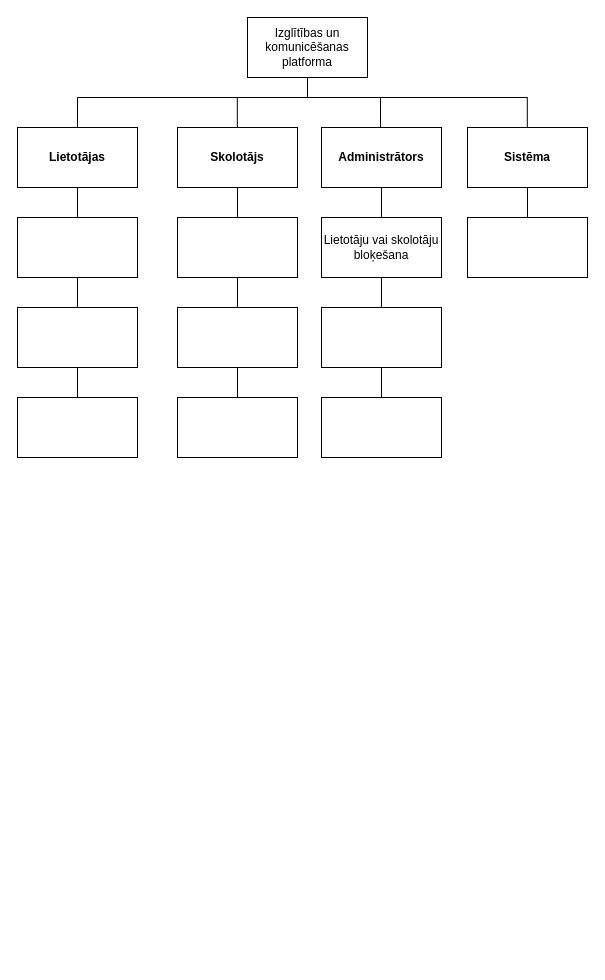
Before: Sistemas_strukturas_modelis.drawio in MaksimsVisockis01/diploms, a draw.io diagram. Source tidied: cells renumbered, new cells numbered last; positions are measured from the earlier drawing's top-left corner, leaving out a move shared by most shapes. Both pictures are drawn from the tidied source at 100%, with x=0, y=0 at pixel (17, 17).
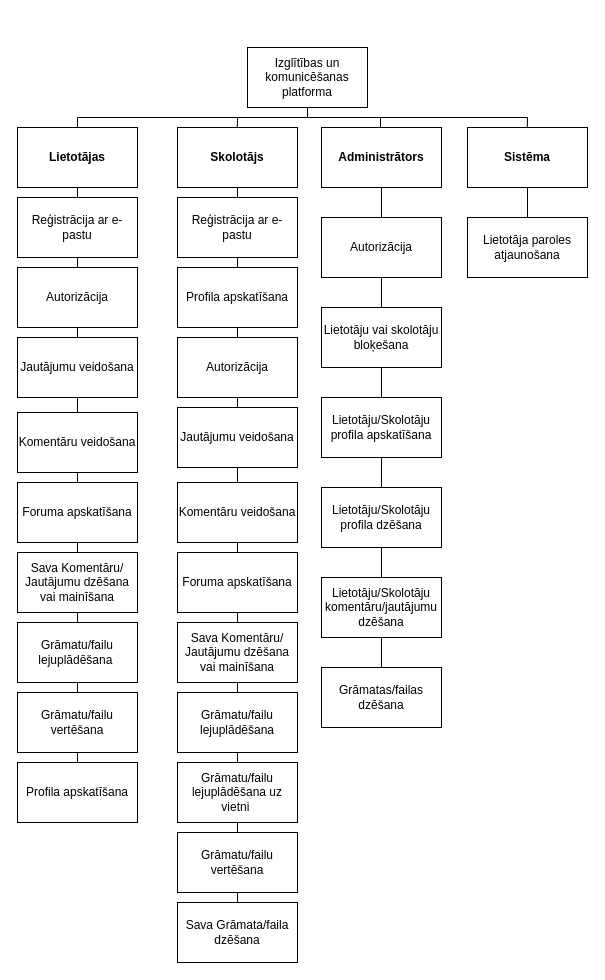
The same page after the edit.

The change refers to these unchanged cells:
```xml
<mxCell id="3" value="&lt;b&gt;Lietotājas&lt;/b&gt;" style="rounded=0;whiteSpace=wrap;html=1;" parent="1" vertex="1">
  <mxGeometry y="110" width="120" height="60" as="geometry" />
</mxCell>
```

Diff of the diagram source:
```diff
@@
     <mxCell id="2" value="Izglītības un komunicēšanas platforma" style="rounded=0;whiteSpace=wrap;html=1;" parent="1" vertex="1">
-      <mxGeometry x="230" width="120" height="60" as="geometry" />
+      <mxGeometry x="230" y="30" width="120" height="60" as="geometry" />
     </mxCell>
@@
     <mxCell id="6" style="endArrow=none;html=1;rounded=0;" parent="1" edge="1">
       <mxGeometry relative="1" as="geometry">
-        <mxPoint x="60" y="80" as="sourcePoint" />
-        <mxPoint x="510" y="80" as="targetPoint" />
+        <mxPoint x="60" y="100" as="sourcePoint" />
+        <mxPoint x="510" y="100" as="targetPoint" />
       </mxGeometry>
     </mxCell>
@@
     <mxCell id="8" style="endArrow=none;html=1;rounded=0;exitX=0.5;exitY=1;exitDx=0;exitDy=0;" parent="1" edge="1" source="2">
       <mxGeometry relative="1" as="geometry">
-        <mxPoint x="290" y="80" as="targetPoint" />
+        <mxPoint x="290" y="100" as="targetPoint" />
       </mxGeometry>
     </mxCell>
     <mxCell id="9" style="endArrow=none;html=1;rounded=0;exitX=0.5;exitY=0;exitDx=0;exitDy=0;" parent="1" edge="1" source="3">
       <mxGeometry relative="1" as="geometry">
-        <mxPoint x="60" y="80" as="targetPoint" />
+        <mxPoint x="60" y="100" as="targetPoint" />
       </mxGeometry>
     </mxCell>
     <mxCell id="10" style="endArrow=none;html=1;rounded=0;exitX=0.5;exitY=0;exitDx=0;exitDy=0;" parent="1" edge="1">
       <mxGeometry relative="1" as="geometry">
         <mxPoint x="363" y="110" as="sourcePoint" />
-        <mxPoint x="363" y="80" as="targetPoint" />
+        <mxPoint x="363" y="100" as="targetPoint" />
       </mxGeometry>
     </mxCell>
     <mxCell id="11" style="endArrow=none;html=1;rounded=0;exitX=0.5;exitY=0;exitDx=0;exitDy=0;" parent="1" edge="1">
       <mxGeometry relative="1" as="geometry">
         <mxPoint x="219.8" y="110" as="sourcePoint" />
-        <mxPoint x="219.8" y="80" as="targetPoint" />
+        <mxPoint x="220" y="100" as="targetPoint" />
       </mxGeometry>
     </mxCell>
     <mxCell id="12" style="endArrow=none;html=1;rounded=0;exitX=0.5;exitY=0;exitDx=0;exitDy=0;" parent="1" edge="1">
       <mxGeometry relative="1" as="geometry">
         <mxPoint x="509.8" y="110" as="sourcePoint" />
-        <mxPoint x="509.8" y="80" as="targetPoint" />
+        <mxPoint x="510" y="100" as="targetPoint" />
       </mxGeometry>
     </mxCell>
-    <mxCell id="13" style="rounded=0;whiteSpace=wrap;html=1;" parent="1" vertex="1">
-      <mxGeometry y="200" width="120" height="60" as="geometry" />
+    <mxCell id="13" value="Reģistrācija ar e-pastu" style="rounded=0;whiteSpace=wrap;html=1;" parent="1" vertex="1">
+      <mxGeometry y="180" width="120" height="60" as="geometry" />
     </mxCell>
@@
-    <mxCell id="15" style="rounded=0;whiteSpace=wrap;html=1;" parent="1" vertex="1">
-      <mxGeometry y="290" width="120" height="60" as="geometry" />
+    <mxCell id="15" value="Autorizācija" style="rounded=0;whiteSpace=wrap;html=1;" parent="1" vertex="1">
+      <mxGeometry y="250" width="120" height="60" as="geometry" />
     </mxCell>
     <mxCell id="16" style="endArrow=none;html=1;rounded=0;exitX=0.5;exitY=0;exitDx=0;exitDy=0;" parent="1" edge="1" source="15">
       <mxGeometry relative="1" as="geometry">
-        <mxPoint x="60" y="260" as="targetPoint" />
+        <mxPoint x="60" y="240" as="targetPoint" />
       </mxGeometry>
     </mxCell>
-    <mxCell id="17" style="rounded=0;whiteSpace=wrap;html=1;" parent="1" vertex="1">
-      <mxGeometry y="380" width="120" height="60" as="geometry" />
+    <mxCell id="17" value="Jautājumu veidošana" style="rounded=0;whiteSpace=wrap;html=1;" parent="1" vertex="1">
+      <mxGeometry y="320" width="120" height="60" as="geometry" />
     </mxCell>
     <mxCell id="18" style="endArrow=none;html=1;rounded=0;exitX=0.5;exitY=0;exitDx=0;exitDy=0;" parent="1" edge="1" source="17">
       <mxGeometry relative="1" as="geometry">
-        <mxPoint x="60" y="350" as="targetPoint" />
+        <mxPoint x="60" y="310" as="targetPoint" />
       </mxGeometry>
     </mxCell>
-    <mxCell id="19" style="rounded=0;whiteSpace=wrap;html=1;" parent="1" vertex="1">
-      <mxGeometry x="160" y="200" width="120" height="60" as="geometry" />
+    <mxCell id="19" value="Reģistrācija ar e-pastu" style="rounded=0;whiteSpace=wrap;html=1;" parent="1" vertex="1">
+      <mxGeometry x="160" y="180" width="120" height="60" as="geometry" />
     </mxCell>
@@
-    <mxCell id="21" style="rounded=0;whiteSpace=wrap;html=1;" parent="1" vertex="1">
-      <mxGeometry x="160" y="290" width="120" height="60" as="geometry" />
+    <mxCell id="21" value="Profila apskatīšana" style="rounded=0;whiteSpace=wrap;html=1;" parent="1" vertex="1">
+      <mxGeometry x="160" y="250" width="120" height="60" as="geometry" />
     </mxCell>
     <mxCell id="22" style="endArrow=none;html=1;rounded=0;exitX=0.5;exitY=0;exitDx=0;exitDy=0;" parent="1" edge="1" source="21">
       <mxGeometry relative="1" as="geometry">
-        <mxPoint x="220" y="260" as="targetPoint" />
+        <mxPoint x="220" y="240" as="targetPoint" />
       </mxGeometry>
     </mxCell>
-    <mxCell id="23" style="rounded=0;whiteSpace=wrap;html=1;" parent="1" vertex="1">
-      <mxGeometry x="160" y="380" width="120" height="60" as="geometry" />
+    <mxCell id="23" value="Autorizācija" style="rounded=0;whiteSpace=wrap;html=1;" parent="1" vertex="1">
+      <mxGeometry x="160" y="320" width="120" height="60" as="geometry" />
     </mxCell>
     <mxCell id="24" style="endArrow=none;html=1;rounded=0;exitX=0.5;exitY=0;exitDx=0;exitDy=0;" parent="1" edge="1" source="23">
       <mxGeometry relative="1" as="geometry">
-        <mxPoint x="220" y="350" as="targetPoint" />
+        <mxPoint x="220" y="310" as="targetPoint" />
       </mxGeometry>
     </mxCell>
     <mxCell id="25" value="Lietotāju vai skolotāju bloķešana" style="rounded=0;whiteSpace=wrap;html=1;" parent="1" vertex="1">
-      <mxGeometry x="304" y="200" width="120" height="60" as="geometry" />
+      <mxGeometry x="304" y="290" width="120" height="60" as="geometry" />
     </mxCell>
     <mxCell id="26" style="endArrow=none;html=1;rounded=0;exitX=0.5;exitY=0;exitDx=0;exitDy=0;" parent="1" edge="1" source="25">
       <mxGeometry relative="1" as="geometry">
-        <mxPoint x="364" y="170" as="targetPoint" />
+        <mxPoint x="364" y="260" as="targetPoint" />
       </mxGeometry>
     </mxCell>
-    <mxCell id="27" style="rounded=0;whiteSpace=wrap;html=1;" parent="1" vertex="1">
-      <mxGeometry x="304" y="290" width="120" height="60" as="geometry" />
+    <mxCell id="27" value="Autorizācija" style="rounded=0;whiteSpace=wrap;html=1;" parent="1" vertex="1">
+      <mxGeometry x="304" y="200" width="120" height="60" as="geometry" />
     </mxCell>
     <mxCell id="28" style="endArrow=none;html=1;rounded=0;exitX=0.5;exitY=0;exitDx=0;exitDy=0;" parent="1" edge="1" source="27">
       <mxGeometry relative="1" as="geometry">
-        <mxPoint x="364" y="260" as="targetPoint" />
+        <mxPoint x="364" y="170" as="targetPoint" />
       </mxGeometry>
     </mxCell>
-    <mxCell id="29" style="rounded=0;whiteSpace=wrap;html=1;" parent="1" vertex="1">
+    <mxCell id="29" value="Lietotāju/Skolotāju profila apskatīšana" style="rounded=0;whiteSpace=wrap;html=1;" parent="1" vertex="1">
       <mxGeometry x="304" y="380" width="120" height="60" as="geometry" />
     </mxCell>
@@
-    <mxCell id="31" style="rounded=0;whiteSpace=wrap;html=1;" parent="1" vertex="1">
+    <mxCell id="31" value="Lietotāja paroles atjaunošana" style="rounded=0;whiteSpace=wrap;html=1;" parent="1" vertex="1">
       <mxGeometry x="450" y="200" width="120" height="60" as="geometry" />
     </mxCell>
@@
+    <mxCell id="33" value="Komentāru veidošana" style="rounded=0;whiteSpace=wrap;html=1;" parent="1" vertex="1">
+      <mxGeometry y="395" width="120" height="60" as="geometry" />
+    </mxCell>
+    <mxCell id="34" style="endArrow=none;html=1;rounded=0;exitX=0.5;exitY=0;exitDx=0;exitDy=0;" parent="1" edge="1" source="33">
+      <mxGeometry relative="1" as="geometry">
+        <mxPoint x="60" y="380" as="targetPoint" />
+      </mxGeometry>
+    </mxCell>
+    <mxCell id="35" value="Foruma apskatīšana" style="rounded=0;whiteSpace=wrap;html=1;" parent="1" vertex="1">
+      <mxGeometry y="465" width="120" height="60" as="geometry" />
+    </mxCell>
+    <mxCell id="36" style="endArrow=none;html=1;rounded=0;exitX=0.5;exitY=0;exitDx=0;exitDy=0;" parent="1" edge="1" source="35">
+      <mxGeometry relative="1" as="geometry">
+        <mxPoint x="60" y="455" as="targetPoint" />
+      </mxGeometry>
+    </mxCell>
+    <mxCell id="37" value="Sava Komentāru/ Jautājumu dzēšana vai mainīšana" style="rounded=0;whiteSpace=wrap;html=1;" parent="1" vertex="1">
+      <mxGeometry y="535" width="120" height="60" as="geometry" />
+    </mxCell>
+    <mxCell id="38" style="endArrow=none;html=1;rounded=0;exitX=0.5;exitY=0;exitDx=0;exitDy=0;" parent="1" edge="1" source="37">
+      <mxGeometry relative="1" as="geometry">
+        <mxPoint x="60" y="525" as="targetPoint" />
+      </mxGeometry>
+    </mxCell>
+    <mxCell id="39" value="Grāmatu/failu lejuplādēšana&amp;nbsp;" style="rounded=0;whiteSpace=wrap;html=1;" parent="1" vertex="1">
+      <mxGeometry y="605" width="120" height="60" as="geometry" />
+    </mxCell>
+    <mxCell id="40" style="endArrow=none;html=1;rounded=0;exitX=0.5;exitY=0;exitDx=0;exitDy=0;" parent="1" edge="1" source="39">
+      <mxGeometry relative="1" as="geometry">
+        <mxPoint x="60" y="595" as="targetPoint" />
+      </mxGeometry>
+    </mxCell>
+    <mxCell id="41" value="Grāmatu/failu vertēšana" style="rounded=0;whiteSpace=wrap;html=1;" parent="1" vertex="1">
+      <mxGeometry y="675" width="120" height="60" as="geometry" />
+    </mxCell>
+    <mxCell id="42" style="endArrow=none;html=1;rounded=0;exitX=0.5;exitY=0;exitDx=0;exitDy=0;" parent="1" edge="1" source="41">
+      <mxGeometry relative="1" as="geometry">
+        <mxPoint x="60" y="665" as="targetPoint" />
+      </mxGeometry>
+    </mxCell>
+    <mxCell id="43" value="Profila apskatīšana" style="rounded=0;whiteSpace=wrap;html=1;" parent="1" vertex="1">
+      <mxGeometry y="745" width="120" height="60" as="geometry" />
+    </mxCell>
+    <mxCell id="44" style="endArrow=none;html=1;rounded=0;exitX=0.5;exitY=0;exitDx=0;exitDy=0;" parent="1" edge="1" source="43">
+      <mxGeometry relative="1" as="geometry">
+        <mxPoint x="60" y="735" as="targetPoint" />
+      </mxGeometry>
+    </mxCell>
+    <mxCell id="45" value="Jautājumu veidošana" style="rounded=0;whiteSpace=wrap;html=1;" parent="1" vertex="1">
+      <mxGeometry x="160" y="390" width="120" height="60" as="geometry" />
+    </mxCell>
+    <mxCell id="46" style="endArrow=none;html=1;rounded=0;exitX=0.5;exitY=0;exitDx=0;exitDy=0;" parent="1" edge="1" source="45">
+      <mxGeometry relative="1" as="geometry">
+        <mxPoint x="220" y="380" as="targetPoint" />
+      </mxGeometry>
+    </mxCell>
+    <mxCell id="47" value="Komentāru veidošana" style="rounded=0;whiteSpace=wrap;html=1;" parent="1" vertex="1">
+      <mxGeometry x="160" y="465" width="120" height="60" as="geometry" />
+    </mxCell>
+    <mxCell id="48" style="endArrow=none;html=1;rounded=0;exitX=0.5;exitY=0;exitDx=0;exitDy=0;" parent="1" edge="1" source="47">
+      <mxGeometry relative="1" as="geometry">
+        <mxPoint x="220" y="450" as="targetPoint" />
+      </mxGeometry>
+    </mxCell>
+    <mxCell id="49" value="Foruma apskatīšana" style="rounded=0;whiteSpace=wrap;html=1;" parent="1" vertex="1">
+      <mxGeometry x="160" y="535" width="120" height="60" as="geometry" />
+    </mxCell>
+    <mxCell id="50" style="endArrow=none;html=1;rounded=0;exitX=0.5;exitY=0;exitDx=0;exitDy=0;" parent="1" edge="1" source="49">
+      <mxGeometry relative="1" as="geometry">
+        <mxPoint x="220" y="525" as="targetPoint" />
+      </mxGeometry>
+    </mxCell>
+    <mxCell id="51" value="Sava Komentāru/ Jautājumu dzēšana vai mainīšana" style="rounded=0;whiteSpace=wrap;html=1;" parent="1" vertex="1">
+      <mxGeometry x="160" y="605" width="120" height="60" as="geometry" />
+    </mxCell>
+    <mxCell id="52" style="endArrow=none;html=1;rounded=0;exitX=0.5;exitY=0;exitDx=0;exitDy=0;" parent="1" edge="1" source="51">
+      <mxGeometry relative="1" as="geometry">
+        <mxPoint x="220" y="595" as="targetPoint" />
+      </mxGeometry>
+    </mxCell>
+    <mxCell id="53" value="Grāmatu/failu lejuplādēšana uz vietni&amp;nbsp;" style="rounded=0;whiteSpace=wrap;html=1;" parent="1" vertex="1">
+      <mxGeometry x="160" y="745" width="120" height="60" as="geometry" />
+    </mxCell>
+    <mxCell id="54" style="endArrow=none;html=1;rounded=0;exitX=0.5;exitY=0;exitDx=0;exitDy=0;" parent="1" edge="1" source="53">
+      <mxGeometry relative="1" as="geometry">
+        <mxPoint x="220" y="735" as="targetPoint" />
+      </mxGeometry>
+    </mxCell>
+    <mxCell id="55" value="Grāmatu/failu vertēšana" style="rounded=0;whiteSpace=wrap;html=1;" parent="1" vertex="1">
+      <mxGeometry x="160" y="815" width="120" height="60" as="geometry" />
+    </mxCell>
+    <mxCell id="56" style="endArrow=none;html=1;rounded=0;exitX=0.5;exitY=0;exitDx=0;exitDy=0;" parent="1" edge="1" source="55">
+      <mxGeometry relative="1" as="geometry">
+        <mxPoint x="220" y="805" as="targetPoint" />
+      </mxGeometry>
+    </mxCell>
+    <mxCell id="57" value="Grāmatu/failu lejuplādēšana" style="rounded=0;whiteSpace=wrap;html=1;" parent="1" vertex="1">
+      <mxGeometry x="160" y="675" width="120" height="60" as="geometry" />
+    </mxCell>
+    <mxCell id="58" style="endArrow=none;html=1;rounded=0;exitX=0.5;exitY=0;exitDx=0;exitDy=0;" parent="1" edge="1" source="57">
+      <mxGeometry relative="1" as="geometry">
+        <mxPoint x="220" y="665" as="targetPoint" />
+      </mxGeometry>
+    </mxCell>
+    <mxCell id="59" value="Lietotāju/Skolotāju profila dzēšana" style="rounded=0;whiteSpace=wrap;html=1;" parent="1" vertex="1">
+      <mxGeometry x="304" y="470" width="120" height="60" as="geometry" />
+    </mxCell>
+    <mxCell id="60" style="endArrow=none;html=1;rounded=0;exitX=0.5;exitY=0;exitDx=0;exitDy=0;" parent="1" edge="1" source="59">
+      <mxGeometry relative="1" as="geometry">
+        <mxPoint x="364" y="440" as="targetPoint" />
+      </mxGeometry>
+    </mxCell>
+    <mxCell id="61" value="Lietotāju/Skolotāju komentāru/jautājumu dzēšana" style="rounded=0;whiteSpace=wrap;html=1;" parent="1" vertex="1">
+      <mxGeometry x="304" y="560" width="120" height="60" as="geometry" />
+    </mxCell>
+    <mxCell id="62" style="endArrow=none;html=1;rounded=0;exitX=0.5;exitY=0;exitDx=0;exitDy=0;" parent="1" edge="1" source="61">
+      <mxGeometry relative="1" as="geometry">
+        <mxPoint x="364" y="530" as="targetPoint" />
+      </mxGeometry>
+    </mxCell>
+    <mxCell id="63" value="Grāmatas/failas dzēšana" style="rounded=0;whiteSpace=wrap;html=1;" parent="1" vertex="1">
+      <mxGeometry x="304" y="650" width="120" height="60" as="geometry" />
+    </mxCell>
+    <mxCell id="64" style="endArrow=none;html=1;rounded=0;exitX=0.5;exitY=0;exitDx=0;exitDy=0;" parent="1" edge="1" source="63">
+      <mxGeometry relative="1" as="geometry">
+        <mxPoint x="364" y="620" as="targetPoint" />
+      </mxGeometry>
+    </mxCell>
+    <mxCell id="65" value="Sava Grāmata/faila dzēšana" style="rounded=0;whiteSpace=wrap;html=1;" parent="1" vertex="1">
+      <mxGeometry x="160" y="885" width="120" height="60" as="geometry" />
+    </mxCell>
+    <mxCell id="66" style="endArrow=none;html=1;rounded=0;exitX=0.5;exitY=0;exitDx=0;exitDy=0;" parent="1" edge="1" source="65">
+      <mxGeometry relative="1" as="geometry">
+        <mxPoint x="220" y="875" as="targetPoint" />
+      </mxGeometry>
+    </mxCell>
```
